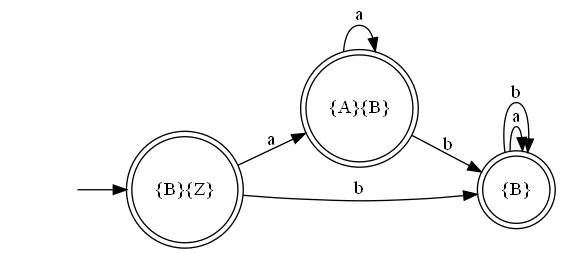
This is Automate Picture/AutomataConvertedDFAPicture.dot.png from arjen0203/AutomataReader, a Graphviz export, as it was before one commit. Its source is kept beside it as Automate Picture/AutomataConvertedDFAPicture.dot.
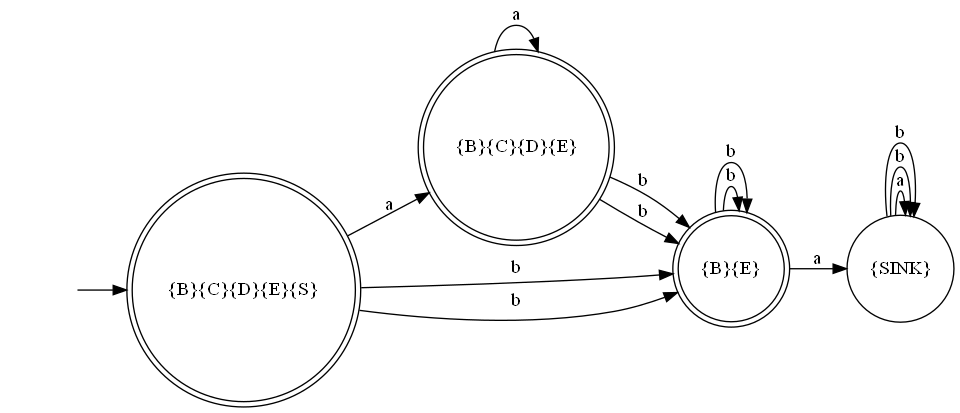
The same file after the commit.

Change to the diagram source:
```diff
@@ -1,15 +1,22 @@
 digraph myAutomatonDFA {
 rankdir=LR;
 "" [shape=none]
-"{B}{Z}" [shape=doublecircle]
-"{A}{B}" [shape=doublecircle]
-"{B}" [shape=doublecircle]
+"{B}{C}{D}{E}{S}" [shape=doublecircle]
+"{B}{C}{D}{E}" [shape=doublecircle]
+"{B}{E}" [shape=doublecircle]
+"{SINK}" [shape=circle]
 
-"" -> "{B}{Z}"
-"{B}{Z}" -> "{A}{B}" [label="a"]
-"{B}{Z}" -> "{B}" [label="b"]
-"{A}{B}" -> "{A}{B}" [label="a"]
-"{A}{B}" -> "{B}" [label="b"]
-"{B}" -> "{B}" [label="a"]
-"{B}" -> "{B}" [label="b"]
+"" -> "{B}{C}{D}{E}{S}"
+"{B}{C}{D}{E}{S}" -> "{B}{C}{D}{E}" [label="a"]
+"{B}{C}{D}{E}{S}" -> "{B}{E}" [label="b"]
+"{B}{C}{D}{E}{S}" -> "{B}{E}" [label="b"]
+"{B}{C}{D}{E}" -> "{B}{C}{D}{E}" [label="a"]
+"{B}{C}{D}{E}" -> "{B}{E}" [label="b"]
+"{B}{C}{D}{E}" -> "{B}{E}" [label="b"]
+"{B}{E}" -> "{SINK}" [label="a"]
+"{B}{E}" -> "{B}{E}" [label="b"]
+"{B}{E}" -> "{B}{E}" [label="b"]
+"{SINK}" -> "{SINK}" [label="a"]
+"{SINK}" -> "{SINK}" [label="b"]
+"{SINK}" -> "{SINK}" [label="b"]
 }
```
